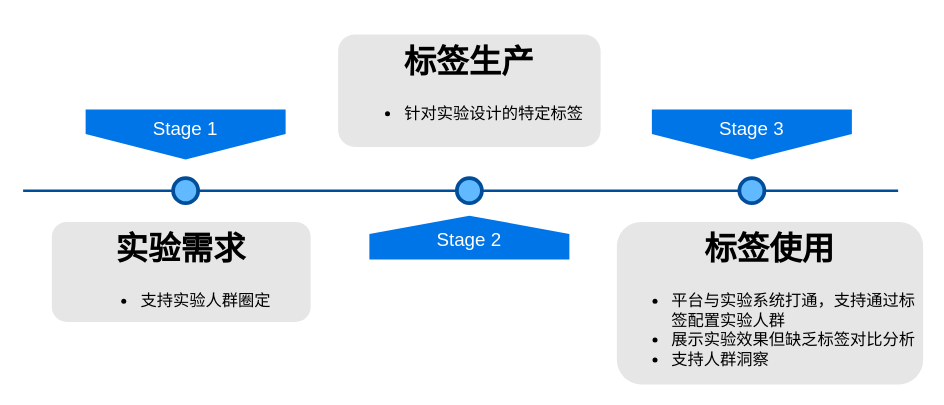
Above: oas_Diagram.drawio in feiwsteven/cython (draw.io), before the change. Source tidied: cells renumbered, new cells numbered last; positions are measured from the earlier drawing's top-left corner, leaving out a move shared by most shapes. Both pictures are drawn from the tidied source at 125%, with x=0, y=0 at pixel (22, 34).
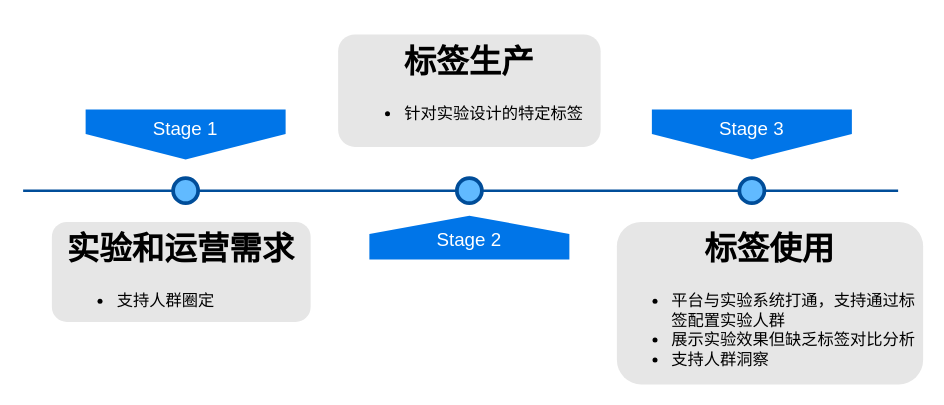
After the change.

The edit, as a diff of the source:
```diff
@@
 <mxGraphModel>
   <root>
     <mxCell id="0" />
     <mxCell id="1" parent="0" />
     <mxCell id="2" style="line;strokeWidth=2;html=1;fillColor=none;fontSize=28;fontColor=#004D99;strokeColor=#004D99;" parent="1" vertex="1">
       <mxGeometry y="120" width="700" height="10" as="geometry" />
     </mxCell>
     <mxCell id="3" value="Stage 1" style="shape=offPageConnector;whiteSpace=wrap;html=1;fillColor=#0075E8;fontSize=15;fontColor=#FFFFFF;size=0.5093750000000015;verticalAlign=top;strokeColor=none;" parent="1" vertex="1">
       <mxGeometry x="50" y="60" width="160" height="40" as="geometry" />
     </mxCell>
     <mxCell id="4" value="&lt;span&gt;Stage 3&lt;/span&gt;" style="shape=offPageConnector;whiteSpace=wrap;html=1;fillColor=#0075E8;fontSize=15;fontColor=#FFFFFF;size=0.5093750000000015;verticalAlign=top;strokeColor=none;" parent="1" vertex="1">
       <mxGeometry x="503" y="60" width="160" height="40" as="geometry" />
     </mxCell>
     <mxCell id="5" value="&lt;span&gt;Stage 2&lt;/span&gt;" style="shape=offPageConnector;whiteSpace=wrap;html=1;fillColor=#0075E8;fontSize=15;fontColor=#FFFFFF;size=0.4178571428571445;flipV=1;verticalAlign=bottom;strokeColor=none;spacingBottom=4;" parent="1" vertex="1">
       <mxGeometry x="277" y="145" width="160" height="35" as="geometry" />
     </mxCell>
     <mxCell id="6" style="ellipse;whiteSpace=wrap;html=1;fillColor=#61BAFF;fontSize=28;fontColor=#004D99;strokeWidth=3;strokeColor=#004D99;" parent="1" vertex="1">
       <mxGeometry x="120" y="115" width="20" height="20" as="geometry" />
     </mxCell>
     <mxCell id="7" style="ellipse;whiteSpace=wrap;html=1;fillColor=#61BAFF;fontSize=28;fontColor=#004D99;strokeWidth=3;strokeColor=#004D99;" parent="1" vertex="1">
       <mxGeometry x="347" y="115" width="20" height="20" as="geometry" />
     </mxCell>
     <mxCell id="8" style="ellipse;whiteSpace=wrap;html=1;fillColor=#61BAFF;fontSize=28;fontColor=#004D99;strokeWidth=3;strokeColor=#004D99;" parent="1" vertex="1">
       <mxGeometry x="573" y="115" width="20" height="20" as="geometry" />
     </mxCell>
-    <mxCell id="9" value="&lt;h1&gt;实验需求&lt;/h1&gt;&lt;p&gt;&lt;div style=&quot;text-align: left&quot;&gt;&lt;ul&gt;&lt;li&gt;支持实验人群圈定&lt;br&gt;&lt;/li&gt;&lt;/ul&gt;&lt;/div&gt;&lt;/p&gt;" style="text;html=1;spacing=5;spacingTop=-20;whiteSpace=wrap;overflow=hidden;strokeColor=none;strokeWidth=3;fillColor=#E6E6E6;fontSize=13;fontColor=#000000;align=center;rounded=1;" parent="1" vertex="1">
+    <mxCell id="9" value="&lt;h1&gt;实验和运营需求&lt;/h1&gt;&lt;p&gt;&lt;/p&gt;&lt;div style=&quot;text-align: left&quot;&gt;&lt;ul&gt;&lt;li&gt;支持人群圈定&lt;br&gt;&lt;/li&gt;&lt;/ul&gt;&lt;/div&gt;&lt;p&gt;&lt;/p&gt;" style="text;html=1;spacing=5;spacingTop=-20;whiteSpace=wrap;overflow=hidden;strokeColor=none;strokeWidth=3;fillColor=#E6E6E6;fontSize=13;fontColor=#000000;align=center;rounded=1;" parent="1" vertex="1">
       <mxGeometry x="23" y="150" width="207" height="80" as="geometry" />
     </mxCell>
     <mxCell id="10" value="&lt;h1&gt;标签生产&lt;/h1&gt;&lt;p&gt;&lt;ul&gt;&lt;li&gt;&lt;div&gt;&lt;div&gt;&lt;div style=&quot;text-align: left&quot;&gt;针对实验设计的特定标签&lt;/div&gt;&lt;/div&gt;&lt;/div&gt;&lt;/li&gt;&lt;/ul&gt;&lt;/p&gt;" style="text;html=1;spacing=5;spacingTop=-20;whiteSpace=wrap;overflow=hidden;strokeColor=none;strokeWidth=3;fillColor=#E6E6E6;fontSize=13;fontColor=#000000;align=center;rounded=1;" parent="1" vertex="1">
       <mxGeometry x="252" width="210" height="90" as="geometry" />
     </mxCell>
     <mxCell id="11" value="&lt;h1&gt;标签使用&lt;/h1&gt;&lt;p style=&quot;text-align: left&quot;&gt;&lt;/p&gt;&lt;ul&gt;&lt;li style=&quot;text-align: left&quot;&gt;平台与实验系统打通，支持通过标签配置实验人群&lt;br&gt;&lt;/li&gt;&lt;li style=&quot;text-align: left&quot;&gt;展示实验效果但缺乏标签对比分析&lt;br&gt;&lt;/li&gt;&lt;li style=&quot;text-align: left&quot;&gt;支持人群洞察&lt;br&gt;&lt;/li&gt;&lt;/ul&gt;&lt;p&gt;&lt;/p&gt;&lt;p&gt;&lt;br&gt;&lt;/p&gt;" style="text;html=1;spacing=5;spacingTop=-20;whiteSpace=wrap;overflow=hidden;strokeColor=none;strokeWidth=3;fillColor=#E6E6E6;fontSize=13;fontColor=#000000;align=center;rounded=1;" parent="1" vertex="1">
       <mxGeometry x="475" y="150" width="245" height="130" as="geometry" />
     </mxCell>
   </root>
 </mxGraphModel>
```
